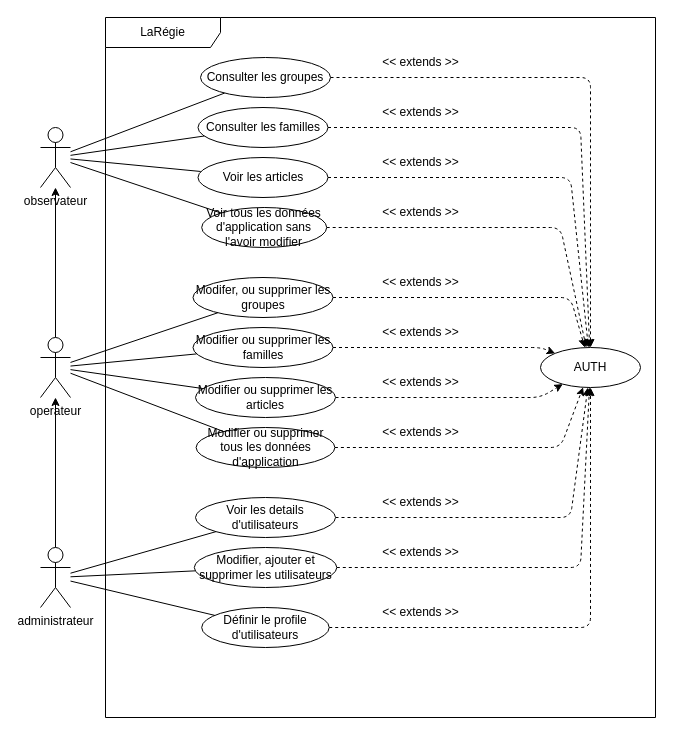
Above: UML/use_case.drawio in elkhailihamza/LaRegie (draw.io), before the change. Source tidied: cells renumbered, new cells numbered last; positions are measured from the earlier drawing's top-left corner, leaving out a move shared by most shapes. Both pictures are drawn from the tidied source at 100%, with x=0, y=0 at pixel (40, 17).
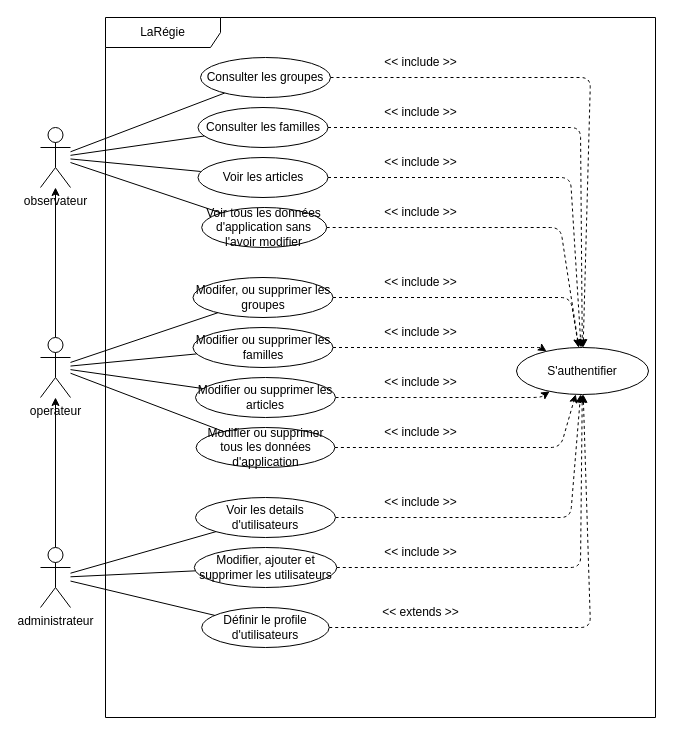
After the change.

Change to the diagram source:
```diff
@@
-    <mxCell id="41" value="AUTH" style="ellipse;whiteSpace=wrap;html=1;" parent="1" vertex="1">
-      <mxGeometry x="500" y="330" width="100" height="40" as="geometry" />
+    <mxCell id="41" value="S'authentifier" style="ellipse;whiteSpace=wrap;html=1;" parent="1" vertex="1">
+      <mxGeometry x="476" y="330" width="132" height="47" as="geometry" />
     </mxCell>
-    <mxCell id="42" value="&amp;lt;&amp;lt; extends &amp;gt;&amp;gt;" style="text;html=1;align=center;verticalAlign=middle;strokeColor=none;fillColor=none;" parent="1" vertex="1">
+    <mxCell id="42" value="&amp;lt;&amp;lt; include &amp;gt;&amp;gt;" style="text;html=1;align=center;verticalAlign=middle;strokeColor=none;fillColor=none;" parent="1" vertex="1">
       <mxGeometry x="330" y="30" width="100" height="30" as="geometry" />
     </mxCell>
-    <mxCell id="43" value="&amp;lt;&amp;lt; extends &amp;gt;&amp;gt;" style="text;html=1;align=center;verticalAlign=middle;strokeColor=none;fillColor=none;" parent="1" vertex="1">
+    <mxCell id="43" value="&amp;lt;&amp;lt; include &amp;gt;&amp;gt;" style="text;html=1;align=center;verticalAlign=middle;strokeColor=none;fillColor=none;" parent="1" vertex="1">
       <mxGeometry x="330" y="80" width="100" height="30" as="geometry" />
     </mxCell>
-    <mxCell id="44" value="&amp;lt;&amp;lt; extends &amp;gt;&amp;gt;" style="text;html=1;align=center;verticalAlign=middle;strokeColor=none;fillColor=none;" parent="1" vertex="1">
+    <mxCell id="44" value="&amp;lt;&amp;lt; include &amp;gt;&amp;gt;" style="text;html=1;align=center;verticalAlign=middle;strokeColor=none;fillColor=none;" parent="1" vertex="1">
       <mxGeometry x="330" y="130" width="100" height="30" as="geometry" />
     </mxCell>
-    <mxCell id="45" value="&amp;lt;&amp;lt; extends &amp;gt;&amp;gt;" style="text;html=1;align=center;verticalAlign=middle;strokeColor=none;fillColor=none;" parent="1" vertex="1">
+    <mxCell id="45" value="&amp;lt;&amp;lt; include &amp;gt;&amp;gt;" style="text;html=1;align=center;verticalAlign=middle;strokeColor=none;fillColor=none;" parent="1" vertex="1">
       <mxGeometry x="330" y="250" width="100" height="30" as="geometry" />
     </mxCell>
-    <mxCell id="46" value="&amp;lt;&amp;lt; extends &amp;gt;&amp;gt;" style="text;html=1;align=center;verticalAlign=middle;strokeColor=none;fillColor=none;" parent="1" vertex="1">
+    <mxCell id="46" value="&amp;lt;&amp;lt; include &amp;gt;&amp;gt;" style="text;html=1;align=center;verticalAlign=middle;strokeColor=none;fillColor=none;" parent="1" vertex="1">
       <mxGeometry x="330" y="300" width="100" height="30" as="geometry" />
     </mxCell>
-    <mxCell id="47" value="&amp;lt;&amp;lt; extends &amp;gt;&amp;gt;" style="text;html=1;align=center;verticalAlign=middle;strokeColor=none;fillColor=none;" parent="1" vertex="1">
+    <mxCell id="47" value="&amp;lt;&amp;lt; include &amp;gt;&amp;gt;" style="text;html=1;align=center;verticalAlign=middle;strokeColor=none;fillColor=none;" parent="1" vertex="1">
       <mxGeometry x="330" y="350" width="100" height="30" as="geometry" />
     </mxCell>
-    <mxCell id="48" value="&amp;lt;&amp;lt; extends &amp;gt;&amp;gt;" style="text;html=1;align=center;verticalAlign=middle;strokeColor=none;fillColor=none;" parent="1" vertex="1">
+    <mxCell id="48" value="&amp;lt;&amp;lt; include &amp;gt;&amp;gt;" style="text;html=1;align=center;verticalAlign=middle;strokeColor=none;fillColor=none;" parent="1" vertex="1">
       <mxGeometry x="330" y="400" width="100" height="30" as="geometry" />
     </mxCell>
-    <mxCell id="49" value="&amp;lt;&amp;lt; extends &amp;gt;&amp;gt;" style="text;html=1;align=center;verticalAlign=middle;strokeColor=none;fillColor=none;" parent="1" vertex="1">
+    <mxCell id="49" value="&amp;lt;&amp;lt; include &amp;gt;&amp;gt;" style="text;html=1;align=center;verticalAlign=middle;strokeColor=none;fillColor=none;" parent="1" vertex="1">
       <mxGeometry x="330" y="470" width="100" height="30" as="geometry" />
     </mxCell>
-    <mxCell id="50" value="&amp;lt;&amp;lt; extends &amp;gt;&amp;gt;" style="text;html=1;align=center;verticalAlign=middle;strokeColor=none;fillColor=none;" parent="1" vertex="1">
+    <mxCell id="50" value="&amp;lt;&amp;lt; include &amp;gt;&amp;gt;" style="text;html=1;align=center;verticalAlign=middle;strokeColor=none;fillColor=none;" parent="1" vertex="1">
       <mxGeometry x="330" y="520" width="100" height="30" as="geometry" />
     </mxCell>
@@
-    <mxCell id="52" value="&amp;lt;&amp;lt; extends &amp;gt;&amp;gt;" style="text;html=1;align=center;verticalAlign=middle;strokeColor=none;fillColor=none;" parent="1" vertex="1">
+    <mxCell id="52" value="&amp;lt;&amp;lt; include &amp;gt;&amp;gt;" style="text;html=1;align=center;verticalAlign=middle;strokeColor=none;fillColor=none;" parent="1" vertex="1">
       <mxGeometry x="330" y="180" width="100" height="30" as="geometry" />
     </mxCell>
```
